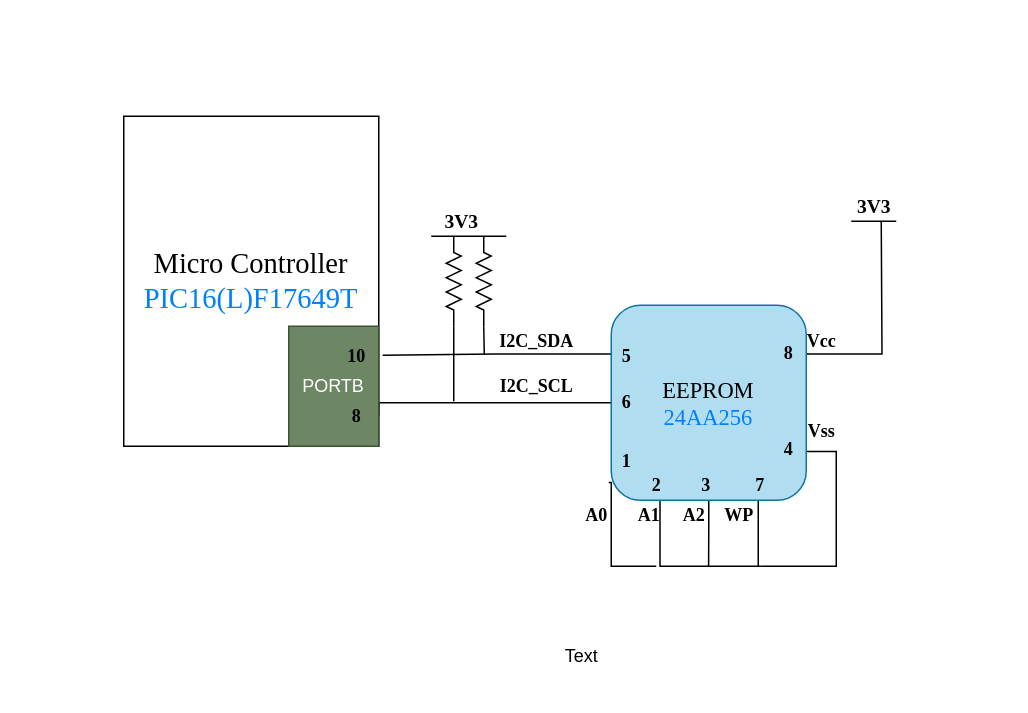
The draw.io diagram page "Page-3" (3 of 4) of Untitled Diagram.drawio in francis-job/BLOCK_DIAGRAMS, before the edit. Source tidied: cells renumbered, new cells numbered last; positions are measured from the earlier drawing's top-left corner, leaving out a move shared by most shapes. Both pictures are drawn from the tidied source at 150%, with x=0, y=0 at pixel (123, 116).
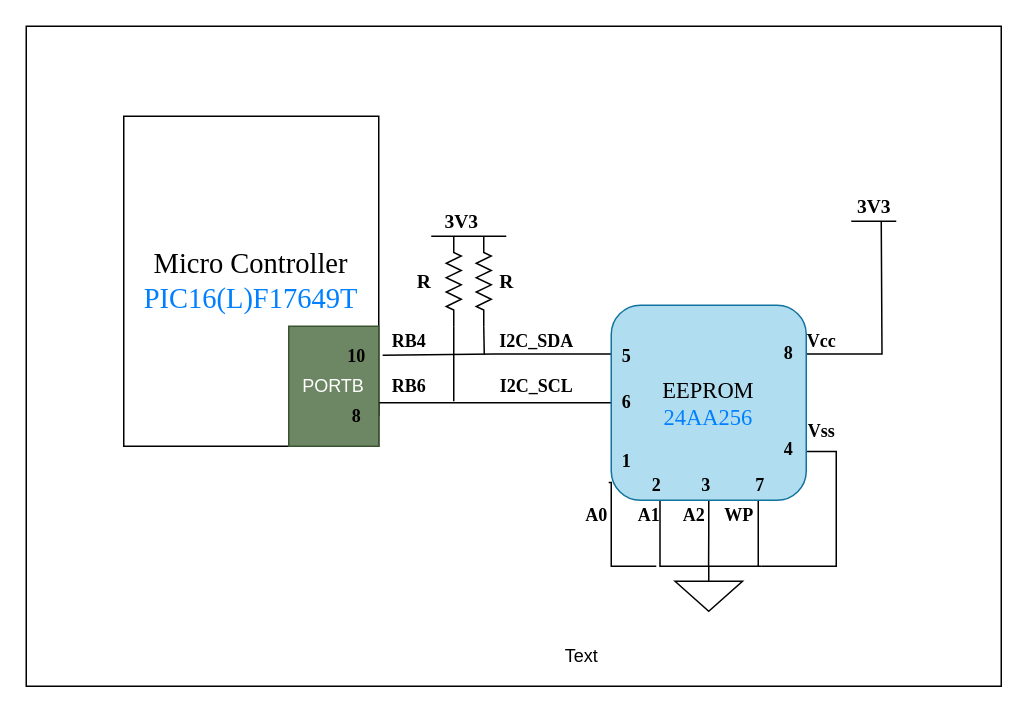
The same diagram, later.

The edit, as a diff of the source:
```diff
@@
+    <mxCell id="40" style="rounded=0;whiteSpace=wrap;html=1;" parent="1" vertex="1">
+      <mxGeometry x="-65" y="-60" width="650" height="440" as="geometry" />
+    </mxCell>
@@
+    <mxCell id="41" value="&lt;b&gt;&lt;font face=&quot;Times New Roman&quot; style=&quot;font-size: 13px&quot;&gt;R&lt;/font&gt;&lt;/b&gt;" style="text;html=1;align=center;verticalAlign=middle;" parent="1" vertex="1">
+      <mxGeometry x="240" y="100" width="30" height="20" as="geometry" />
+    </mxCell>
+    <mxCell id="42" value="&lt;b&gt;&lt;font face=&quot;Times New Roman&quot; style=&quot;font-size: 13px&quot;&gt;R&lt;/font&gt;&lt;/b&gt;" style="text;html=1;align=center;verticalAlign=middle;" parent="1" vertex="1">
+      <mxGeometry x="185" y="100" width="30" height="20" as="geometry" />
+    </mxCell>
+    <mxCell id="43" style="verticalLabelPosition=bottom;shadow=0;dashed=0;align=center;html=1;verticalAlign=top;shape=mxgraph.electrical.signal_sources.signal_ground;" parent="1" vertex="1">
+      <mxGeometry x="367.5" y="300" width="45" height="30" as="geometry" />
+    </mxCell>
+    <mxCell id="44" value="&lt;font face=&quot;Times New Roman&quot;&gt;&lt;b&gt;RB4&lt;/b&gt;&lt;/font&gt;" style="text;html=1;align=center;verticalAlign=middle;" parent="1" vertex="1">
+      <mxGeometry x="170" y="140" width="40" height="20" as="geometry" />
+    </mxCell>
+    <mxCell id="45" value="&lt;font face=&quot;Times New Roman&quot;&gt;&lt;b&gt;RB6&lt;/b&gt;&lt;/font&gt;" style="text;html=1;align=center;verticalAlign=middle;" parent="1" vertex="1">
+      <mxGeometry x="170" y="170" width="40" height="20" as="geometry" />
+    </mxCell>
```
